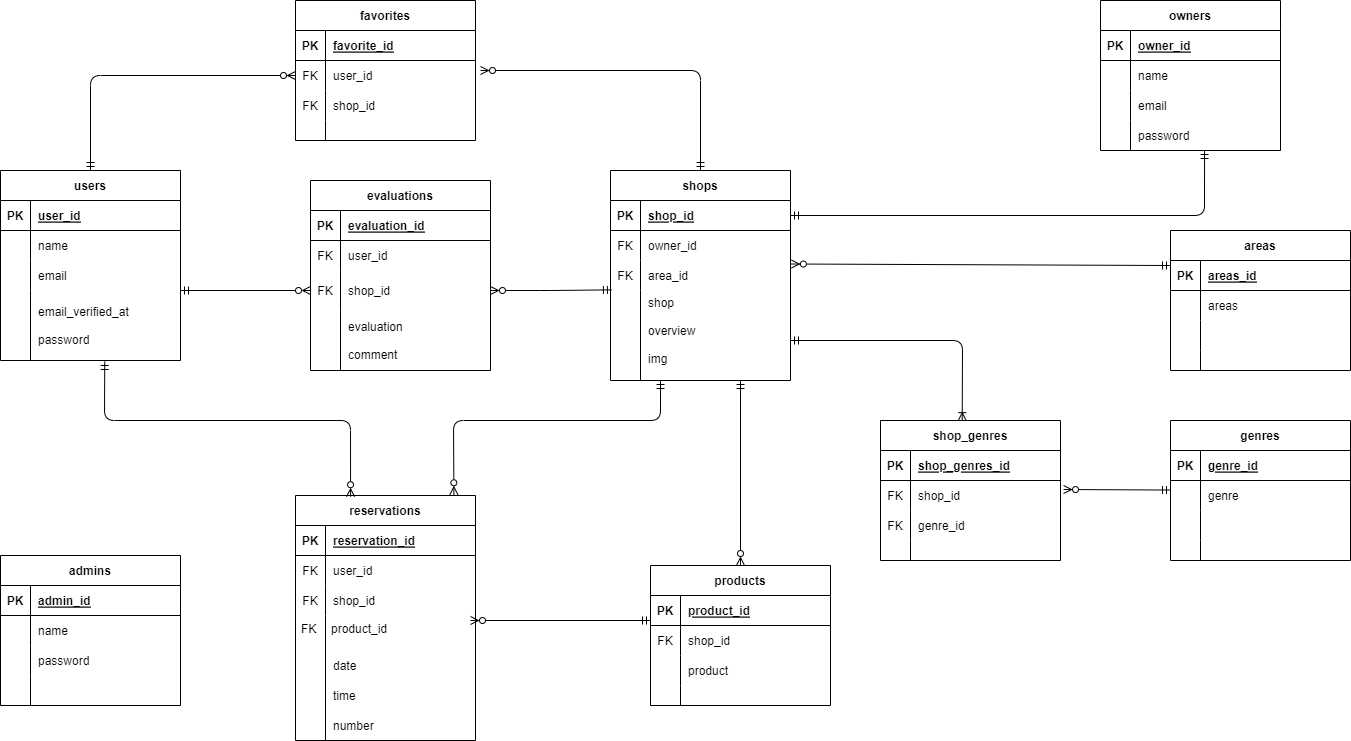
nakagawa1573/images keeps this draw.io diagram as reservation/reservation.drawio.png. Above is the earlier version. Source tidied: cells renumbered, new cells last; positions are measured from the earlier drawing's top-left corner, leaving out a move shared by most shapes.
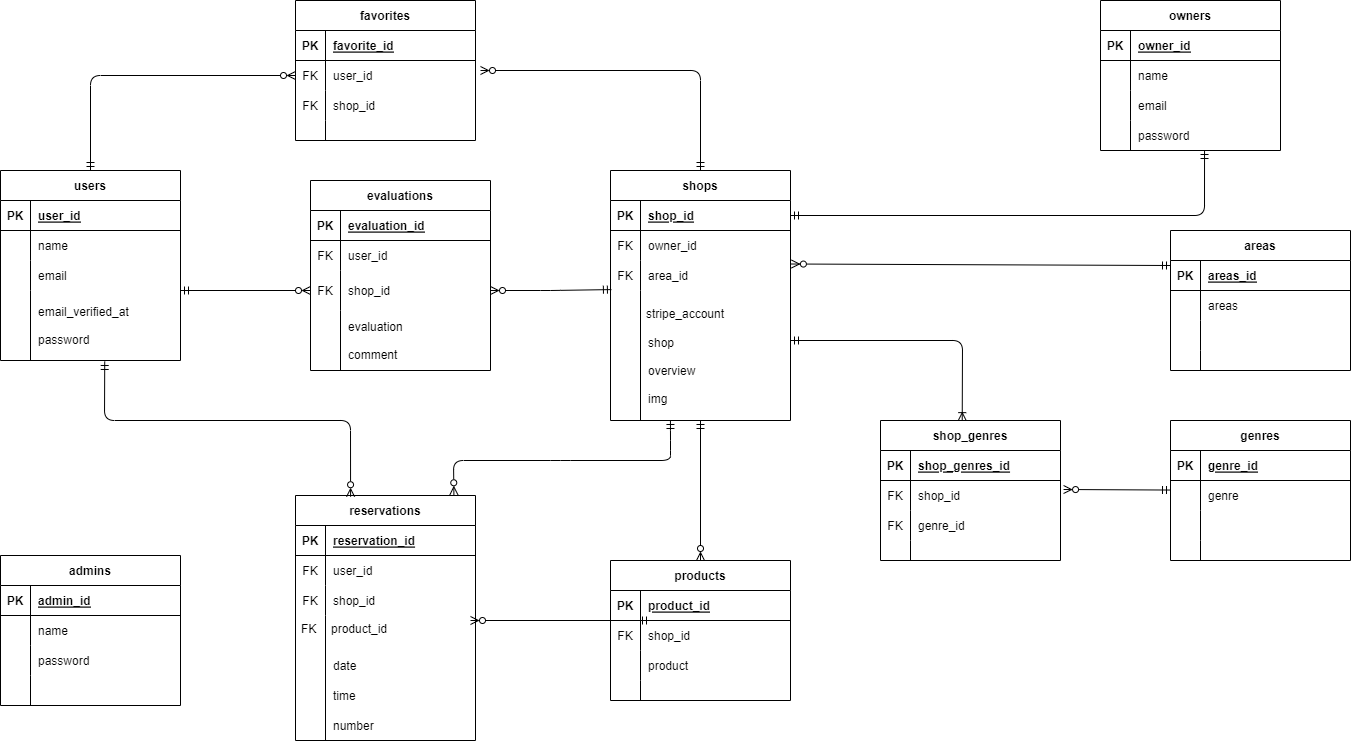
The same file after the commit.

The edit, as a diff of the source:
```diff
@@ -48,12 +48,13 @@
     <mxCell id="15" value="email_verified_at&#10;&#10;password" style="shape=partialRectangle;fillColor=none;top=0;left=0;bottom=0;right=0;align=left;spacingLeft=6;overflow=hidden;" parent="13" vertex="1">
       <mxGeometry x="30" width="150" height="70" as="geometry" />
     </mxCell>
-    <mxCell id="16" style="edgeStyle=none;html=1;startArrow=ERmandOne;startFill=0;endArrow=ERzeroToMany;endFill=0;entryX=0.88;entryY=-0.003;entryDx=0;entryDy=0;entryPerimeter=0;" parent="1" edge="1" target="33">
+    <mxCell id="16" style="edgeStyle=none;html=1;startArrow=ERmandOne;startFill=0;endArrow=ERzeroToMany;endFill=0;entryX=0.88;entryY=-0.003;entryDx=0;entryDy=0;entryPerimeter=0;exitX=0.333;exitY=1;exitDx=0;exitDy=0;exitPerimeter=0;" parent="1" edge="1" source="29" target="33">
       <mxGeometry relative="1" as="geometry">
-        <mxPoint x="660" y="380" as="sourcePoint" />
         <Array as="points">
-          <mxPoint x="660" y="420" />
-          <mxPoint x="453" y="420" />
+          <mxPoint x="670" y="440" />
+          <mxPoint x="670" y="460" />
+          <mxPoint x="560" y="460" />
+          <mxPoint x="453" y="460" />
         </Array>
       </mxGeometry>
     </mxCell>
@@ -74,7 +75,7 @@
       </mxGeometry>
     </mxCell>
     <mxCell id="19" value="shops" style="shape=table;startSize=30;rowLines=0;fontStyle=1;align=center;" parent="1" vertex="1">
-      <mxGeometry x="610" y="170" width="180" height="210" as="geometry" />
+      <mxGeometry x="610" y="170" width="180" height="250" as="geometry" />
     </mxCell>
     <mxCell id="20" style="shape=tableRow;horizontal=0;startSize=0;swimlaneHead=0;swimlaneBody=0;fillColor=none;points=[[0,0.5],[1,0.5]];portConstraint=eastwest;top=0;left=0;right=0;bottom=1;" parent="19" vertex="1">
       <mxGeometry y="30" width="180" height="30" as="geometry" />
@@ -104,16 +105,16 @@
       <mxGeometry x="30" width="150" height="30" as="geometry" />
     </mxCell>
     <mxCell id="29" style="shape=tableRow;horizontal=0;startSize=0;swimlaneHead=0;swimlaneBody=0;fillColor=none;points=[[0,0.5],[1,0.5]];portConstraint=eastwest;top=0;left=0;right=0;bottom=0;" parent="19" vertex="1">
-      <mxGeometry y="120" width="180" height="90" as="geometry" />
+      <mxGeometry y="120" width="180" height="130" as="geometry" />
     </mxCell>
     <mxCell id="30" style="shape=partialRectangle;fillColor=none;top=0;left=0;bottom=0;right=0;overflow=hidden;" parent="29" vertex="1">
-      <mxGeometry width="30" height="90" as="geometry" />
+      <mxGeometry width="30" height="130" as="geometry" />
     </mxCell>
     <mxCell id="31" style="shape=partialRectangle;fillColor=none;top=0;left=0;bottom=0;right=0;align=left;spacingLeft=6;overflow=hidden;" parent="29" vertex="1">
-      <mxGeometry x="30" width="150" height="90" as="geometry" />
+      <mxGeometry x="30" width="150" height="130" as="geometry" />
     </mxCell>
     <mxCell id="32" value="shop&#10;&#10;overview&#10;&#10;img" style="shape=partialRectangle;fillColor=none;top=0;left=0;bottom=0;right=0;align=left;spacingLeft=6;overflow=hidden;" parent="1" vertex="1">
-      <mxGeometry x="640" y="280" width="150" height="100" as="geometry" />
+      <mxGeometry x="640" y="320" width="150" height="100" as="geometry" />
     </mxCell>
     <mxCell id="33" value="reservations" style="shape=table;startSize=30;rowLines=0;fontStyle=1;align=center;" parent="1" vertex="1">
       <mxGeometry x="295" y="495" width="180" height="245" as="geometry" />
@@ -470,7 +471,7 @@
       </mxGeometry>
     </mxCell>
     <mxCell id="146" value="products" style="shape=table;startSize=30;rowLines=0;fontStyle=1;align=center;" parent="1" vertex="1">
-      <mxGeometry x="650" y="565" width="180" height="140" as="geometry" />
+      <mxGeometry x="610" y="560" width="180" height="140" as="geometry" />
     </mxCell>
     <mxCell id="147" style="shape=tableRow;horizontal=0;startSize=0;swimlaneHead=0;swimlaneBody=0;fillColor=none;top=0;left=0;right=0;bottom=1;" parent="146" vertex="1">
       <mxGeometry y="30" width="180" height="30" as="geometry" />
@@ -508,10 +509,8 @@
     <mxCell id="158" style="shape=partialRectangle;fillColor=none;top=0;left=0;bottom=0;right=0;align=left;spacingLeft=6;overflow=hidden;" parent="156" vertex="1">
       <mxGeometry x="30" width="150" height="20" as="geometry" />
     </mxCell>
-    <mxCell id="159" style="fontSize=12;html=1;endArrow=ERzeroToMany;endFill=0;entryX=0.5;entryY=0;entryDx=0;entryDy=0;startArrow=ERmandOne;startFill=0;" parent="1" edge="1" target="146">
-      <mxGeometry relative="1" as="geometry">
-        <mxPoint x="740" y="380" as="sourcePoint" />
-      </mxGeometry>
+    <mxCell id="159" style="fontSize=12;html=1;endArrow=ERzeroToMany;endFill=0;entryX=0.5;entryY=0;entryDx=0;entryDy=0;startArrow=ERmandOne;startFill=0;" parent="1" edge="1" source="29" target="146">
+      <mxGeometry relative="1" as="geometry" />
     </mxCell>
     <mxCell id="160" style="fontSize=12;html=1;endArrow=ERmandOne;endFill=0;startArrow=ERzeroToMany;startFill=0;" parent="1" edge="1">
       <mxGeometry relative="1" as="geometry">
@@ -525,5 +524,8 @@
     <mxCell id="162" value="FK" style="text;strokeColor=none;fillColor=none;spacingLeft=4;spacingRight=4;overflow=hidden;fontSize=12;" parent="1" vertex="1">
       <mxGeometry x="295" y="615" width="30" height="30" as="geometry" />
     </mxCell>
+    <mxCell id="163" value="stripe_account" style="text;strokeColor=none;fillColor=none;spacingLeft=4;spacingRight=4;overflow=hidden;fontSize=12;" parent="1" vertex="1">
+      <mxGeometry x="640" y="300" width="150" height="30" as="geometry" />
+    </mxCell>
   </root>
 </mxGraphModel>
```
